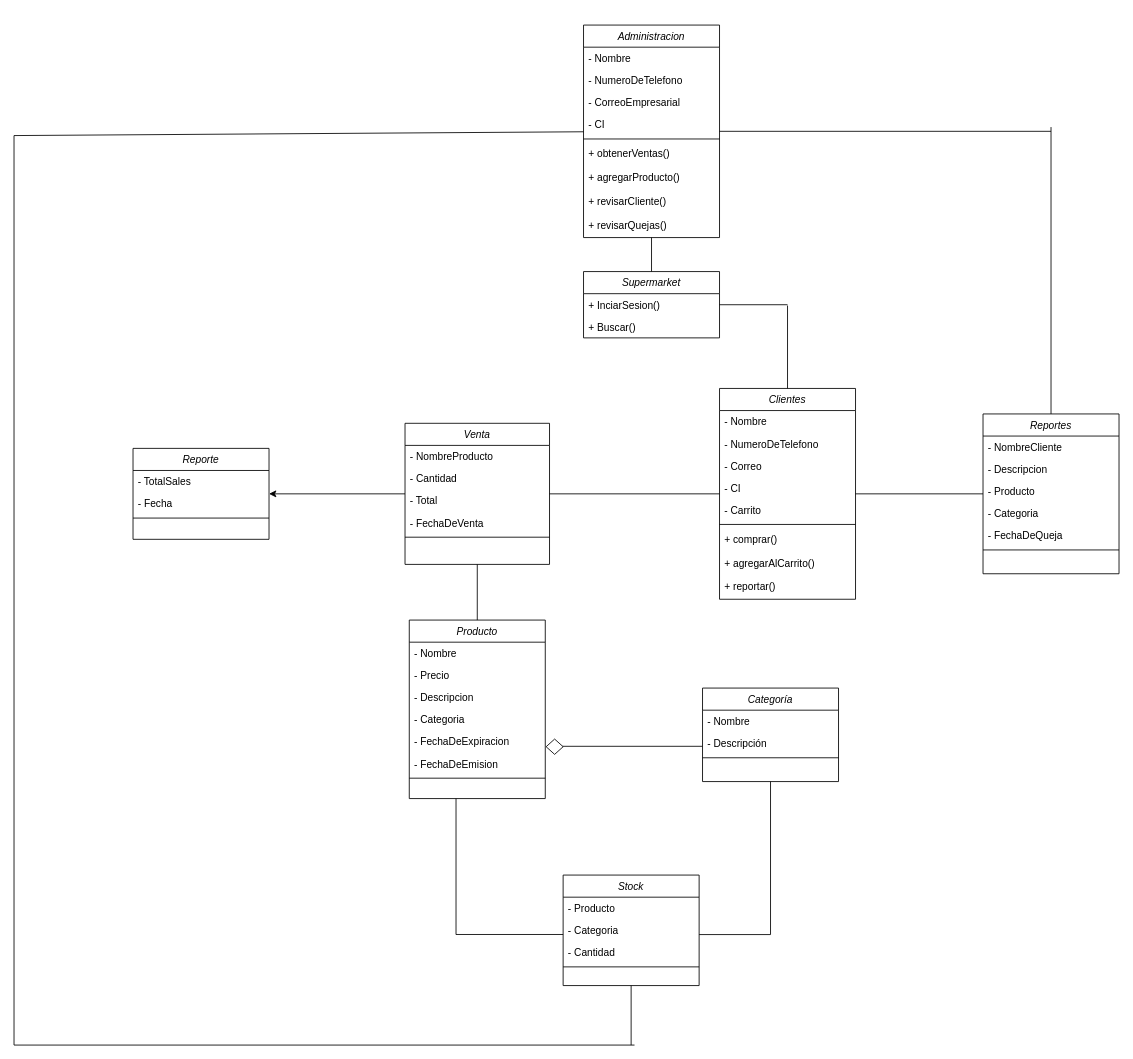
The draw.io diagram Diagrama sin título.drawio in JorgeMartinezSanchez/Progra_II, before the edit. Source tidied: cells renumbered, new cells numbered last; positions are measured from the earlier drawing's top-left corner, leaving out a move shared by most shapes. Both pictures are drawn from the tidied source at 85%, with x=0, y=0 at pixel (14, 25).
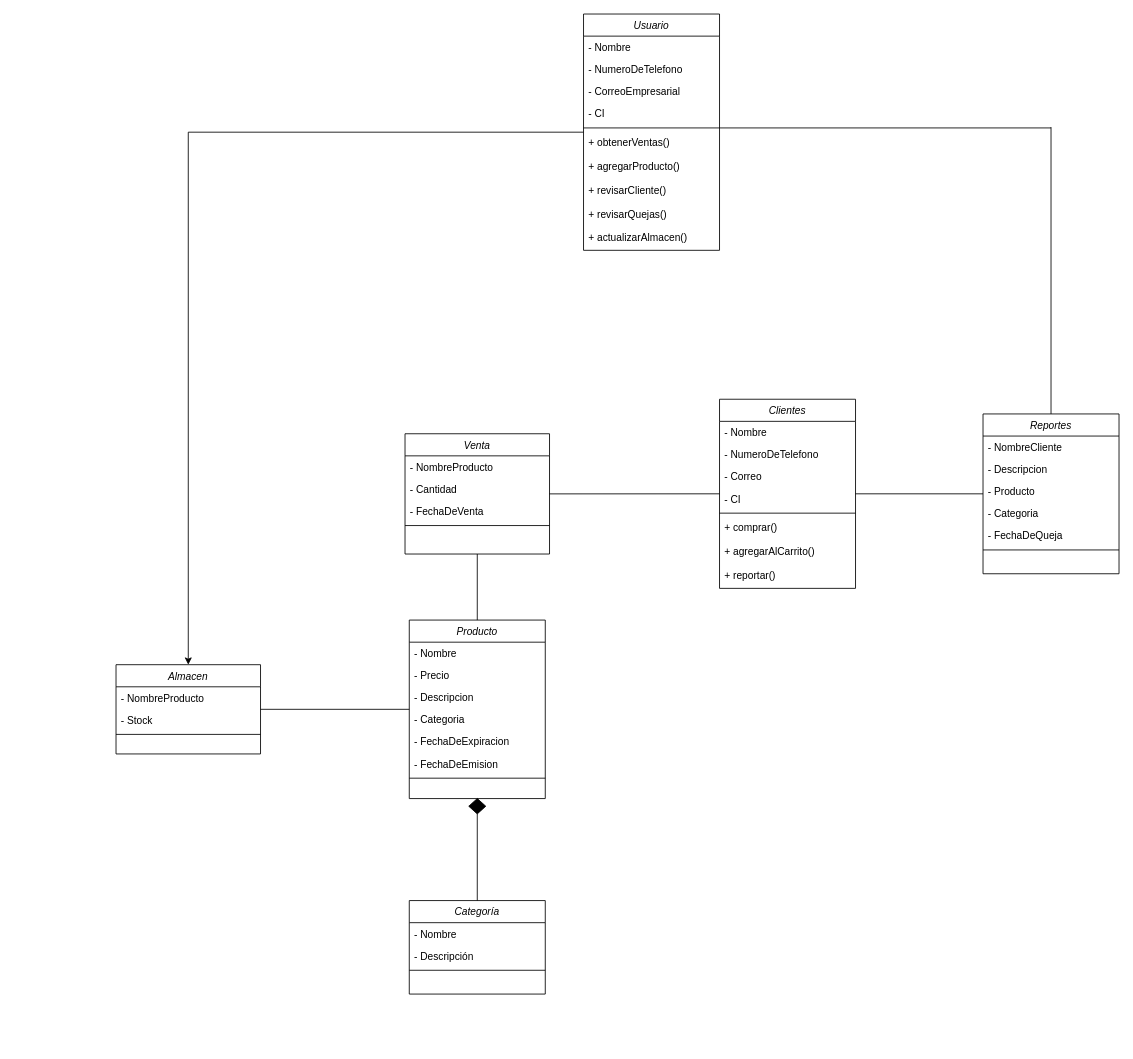
The same page after the edit.

The change refers to these unchanged cells:
```xml
<mxCell id="2" value="Producto" style="swimlane;fontStyle=2;align=center;verticalAlign=top;horizontal=1;startSize=26;rounded=0;shadow=0;strokeWidth=1;" parent="1" vertex="1">
  <mxGeometry x="465" y="700" width="160" height="210" as="geometry" />
</mxCell>
```

The edit, as a diff of the source:
```diff
@@
     <mxCell id="10" value="Categoría" style="swimlane;fontStyle=2;align=center;verticalAlign=top;horizontal=1;startSize=26;rounded=0;shadow=0;strokeWidth=1;" parent="1" vertex="1">
-      <mxGeometry x="810" y="780" width="160" height="110" as="geometry" />
+      <mxGeometry x="465" y="1030" width="160" height="110" as="geometry" />
     </mxCell>
@@
-    <mxCell id="14" value="Supermarket" style="swimlane;fontStyle=2;align=center;verticalAlign=top;horizontal=1;startSize=26;rounded=0;shadow=0;strokeWidth=1;" parent="1" vertex="1">
-      <mxGeometry x="670" y="290" width="160" height="78" as="geometry" />
-    </mxCell>
-    <mxCell id="15" value="+ InciarSesion()" style="text;align=left;verticalAlign=top;spacingLeft=4;spacingRight=4;overflow=hidden;" parent="14" vertex="1">
-      <mxGeometry y="26" width="160" height="26" as="geometry" />
-    </mxCell>
-    <mxCell id="16" value="+ Buscar()" style="text;align=left;verticalAlign=top;spacingLeft=4;spacingRight=4;overflow=hidden;" parent="14" vertex="1">
-      <mxGeometry y="52" width="160" height="26" as="geometry" />
-    </mxCell>
     <mxCell id="17" value="Clientes" style="swimlane;fontStyle=2;align=center;verticalAlign=top;horizontal=1;startSize=26;rounded=0;shadow=0;strokeWidth=1;" parent="1" vertex="1">
-      <mxGeometry x="830" y="427.5" width="160" height="248" as="geometry" />
+      <mxGeometry x="830" y="440.2" width="160" height="222.5" as="geometry" />
     </mxCell>
@@
-    <mxCell id="22" value="- Carrito" style="text;align=left;verticalAlign=top;spacingLeft=4;spacingRight=4;overflow=hidden;rounded=0;shadow=0;html=0;" parent="17" vertex="1">
-      <mxGeometry y="130" width="160" height="26" as="geometry" />
-    </mxCell>
     <mxCell id="23" style="line;html=1;strokeWidth=1;align=left;verticalAlign=middle;spacingTop=-1;spacingLeft=3;spacingRight=3;labelPosition=right;" parent="17" vertex="1">
-      <mxGeometry y="156" width="160" height="8" as="geometry" />
+      <mxGeometry y="130" width="160" height="8" as="geometry" />
     </mxCell>
     <mxCell id="24" value="+ comprar()" style="text;align=left;verticalAlign=top;spacingLeft=4;spacingRight=4;overflow=hidden;" parent="17" vertex="1">
-      <mxGeometry y="164" width="160" height="28" as="geometry" />
+      <mxGeometry y="138" width="160" height="28" as="geometry" />
     </mxCell>
     <mxCell id="25" value="+ agregarAlCarrito()" style="text;align=left;verticalAlign=top;spacingLeft=4;spacingRight=4;overflow=hidden;" parent="17" vertex="1">
-      <mxGeometry y="192" width="160" height="28" as="geometry" />
+      <mxGeometry y="166" width="160" height="28" as="geometry" />
     </mxCell>
     <mxCell id="26" value="+ reportar()" style="text;align=left;verticalAlign=top;spacingLeft=4;spacingRight=4;overflow=hidden;" parent="17" vertex="1">
-      <mxGeometry y="220" width="160" height="28" as="geometry" />
+      <mxGeometry y="194" width="160" height="28" as="geometry" />
     </mxCell>
-    <mxCell id="27" style="edgeStyle=orthogonalEdgeStyle;rounded=0;jettySize=auto;html=1;" parent="1" edge="1" source="28" target="34">
-      <mxGeometry relative="1" as="geometry" />
-    </mxCell>
     <mxCell id="28" value="Venta" style="swimlane;fontStyle=2;align=center;verticalAlign=top;horizontal=1;startSize=26;rounded=0;shadow=0;strokeWidth=1;" parent="1" vertex="1">
-      <mxGeometry x="460" y="468.5" width="170" height="166" as="geometry" />
+      <mxGeometry x="460" y="480.8" width="170" height="141.5" as="geometry" />
     </mxCell>
@@
-    <mxCell id="31" value="- Total" style="text;align=left;verticalAlign=top;spacingLeft=4;spacingRight=4;overflow=hidden;rounded=0;shadow=0;html=0;" parent="28" vertex="1">
-      <mxGeometry y="78" width="170" height="26" as="geometry" />
-    </mxCell>
     <mxCell id="32" value="- FechaDeVenta" style="text;align=left;verticalAlign=top;spacingLeft=4;spacingRight=4;overflow=hidden;rounded=0;shadow=0;html=0;" parent="28" vertex="1">
-      <mxGeometry y="104" width="170" height="26" as="geometry" />
+      <mxGeometry y="78" width="170" height="26" as="geometry" />
     </mxCell>
     <mxCell id="33" style="line;html=1;strokeWidth=1;align=left;verticalAlign=middle;spacingTop=-1;spacingLeft=3;spacingRight=3;labelPosition=right;" parent="28" vertex="1">
-      <mxGeometry y="130" width="170" height="8" as="geometry" />
+      <mxGeometry y="104" width="170" height="8" as="geometry" />
     </mxCell>
-    <mxCell id="34" value="Reporte" style="swimlane;fontStyle=2;align=center;verticalAlign=top;horizontal=1;startSize=26;rounded=0;shadow=0;strokeWidth=1;" parent="1" vertex="1">
-      <mxGeometry x="140" y="498" width="160" height="107" as="geometry" />
-    </mxCell>
-    <mxCell id="35" value="- TotalSales" style="text;align=left;verticalAlign=top;spacingLeft=4;spacingRight=4;overflow=hidden;" parent="34" vertex="1">
-      <mxGeometry y="26" width="160" height="26" as="geometry" />
-    </mxCell>
-    <mxCell id="36" value="- Fecha" style="text;align=left;verticalAlign=top;spacingLeft=4;spacingRight=4;overflow=hidden;rounded=0;shadow=0;html=0;" parent="34" vertex="1">
-      <mxGeometry y="52" width="160" height="26" as="geometry" />
-    </mxCell>
-    <mxCell id="37" style="line;html=1;strokeWidth=1;align=left;verticalAlign=middle;spacingTop=-1;spacingLeft=3;spacingRight=3;labelPosition=right;" parent="34" vertex="1">
-      <mxGeometry y="78" width="160" height="8" as="geometry" />
-    </mxCell>
@@
-    <mxCell id="39" style="endArrow=none;html=1;rounded=0;" parent="1" edge="1" source="14">
-      <mxGeometry relative="1" as="geometry">
-        <mxPoint x="910" y="329" as="targetPoint" />
-      </mxGeometry>
-    </mxCell>
-    <mxCell id="40" style="endArrow=none;html=1;rounded=0;" parent="1" edge="1" source="17">
-      <mxGeometry relative="1" as="geometry">
-        <mxPoint x="910" y="330" as="targetPoint" />
-      </mxGeometry>
-    </mxCell>
-    <mxCell id="41" style="endArrow=none;html=1;rounded=0;exitX=1;exitY=0.5;exitDx=0;exitDy=0;" parent="1" edge="1">
-      <mxGeometry relative="1" as="geometry">
-        <mxPoint x="645" y="848.5" as="sourcePoint" />
-        <mxPoint x="810" y="848.5" as="targetPoint" />
-      </mxGeometry>
+    <mxCell id="41" style="endArrow=none;html=1;rounded=0;exitX=0.5;exitY=1;exitDx=0;exitDy=0;" parent="1" edge="1" source="42" target="10">
+      <mxGeometry relative="1" as="geometry" />
     </mxCell>
-    <mxCell id="42" style="rhombus;whiteSpace=wrap;html=1;fillColor=light-dark(#ffffff, #ededed);" parent="1" vertex="1">
-      <mxGeometry x="626" y="840" width="20" height="18" as="geometry" />
+    <mxCell id="42" style="rhombus;whiteSpace=wrap;html=1;fillColor=light-dark(#000000,#EDEDED);" parent="1" vertex="1">
+      <mxGeometry x="535" y="910" width="20" height="18" as="geometry" />
     </mxCell>
@@
+    <mxCell id="78" style="edgeStyle=orthogonalEdgeStyle;rounded=0;jettySize=auto;html=1;" parent="1" edge="1" source="44" target="80">
+      <mxGeometry relative="1" as="geometry" />
+    </mxCell>
-    <mxCell id="44" value="Administracion" style="swimlane;fontStyle=2;align=center;verticalAlign=top;horizontal=1;startSize=26;rounded=0;shadow=0;strokeWidth=1;" parent="1" vertex="1">
-      <mxGeometry x="670" width="160" height="250" as="geometry" />
+    <mxCell id="44" value="Usuario" style="swimlane;fontStyle=2;align=center;verticalAlign=top;horizontal=1;startSize=26;rounded=0;shadow=0;strokeWidth=1;" parent="1" vertex="1">
+      <mxGeometry x="670" y="-13" width="160" height="278" as="geometry" />
     </mxCell>
@@
+    <mxCell id="79" value="+ revisarQuejas()" style="text;align=left;verticalAlign=top;spacingLeft=4;spacingRight=4;overflow=hidden;" parent="44" vertex="1">
+      <mxGeometry y="222" width="160" height="28" as="geometry" />
+    </mxCell>
-    <mxCell id="53" value="+ revisarQuejas()" style="text;align=left;verticalAlign=top;spacingLeft=4;spacingRight=4;overflow=hidden;" parent="44" vertex="1">
-      <mxGeometry y="222" width="160" height="28" as="geometry" />
+    <mxCell id="53" value="+ actualizarAlmacen()" style="text;align=left;verticalAlign=top;spacingLeft=4;spacingRight=4;overflow=hidden;" parent="44" vertex="1">
+      <mxGeometry y="250" width="160" height="28" as="geometry" />
     </mxCell>
-    <mxCell id="54" value="Stock" style="swimlane;fontStyle=2;align=center;verticalAlign=top;horizontal=1;startSize=26;rounded=0;shadow=0;strokeWidth=1;" parent="1" vertex="1">
-      <mxGeometry x="646" y="1000" width="160" height="130" as="geometry" />
-    </mxCell>
-    <mxCell id="55" value="- Producto" style="text;align=left;verticalAlign=top;spacingLeft=4;spacingRight=4;overflow=hidden;" parent="54" vertex="1">
-      <mxGeometry y="26" width="160" height="26" as="geometry" />
-    </mxCell>
-    <mxCell id="56" value="- Categoria" style="text;align=left;verticalAlign=top;spacingLeft=4;spacingRight=4;overflow=hidden;" parent="54" vertex="1">
-      <mxGeometry y="52" width="160" height="26" as="geometry" />
-    </mxCell>
-    <mxCell id="57" value="- Cantidad" style="text;align=left;verticalAlign=top;spacingLeft=4;spacingRight=4;overflow=hidden;rounded=0;shadow=0;html=0;" parent="54" vertex="1">
-      <mxGeometry y="78" width="160" height="26" as="geometry" />
-    </mxCell>
-    <mxCell id="58" style="line;html=1;strokeWidth=1;align=left;verticalAlign=middle;spacingTop=-1;spacingLeft=3;spacingRight=3;labelPosition=right;" parent="54" vertex="1">
-      <mxGeometry y="104" width="160" height="8" as="geometry" />
-    </mxCell>
-    <mxCell id="59" style="endArrow=none;html=1;rounded=0;" parent="1" edge="1">
-      <mxGeometry relative="1" as="geometry">
-        <mxPoint x="520" y="1069.9" as="sourcePoint" />
-        <mxPoint x="646" y="1069.9" as="targetPoint" />
-      </mxGeometry>
-    </mxCell>
-    <mxCell id="60" style="endArrow=none;html=1;rounded=0;" parent="1" edge="1">
-      <mxGeometry relative="1" as="geometry">
-        <mxPoint x="520" y="1070" as="sourcePoint" />
-        <mxPoint x="520" y="910" as="targetPoint" />
-      </mxGeometry>
-    </mxCell>
-    <mxCell id="61" style="endArrow=none;html=1;rounded=0;" parent="1" edge="1">
-      <mxGeometry relative="1" as="geometry">
-        <mxPoint x="806" y="1070" as="sourcePoint" />
-        <mxPoint x="890" y="1070" as="targetPoint" />
-      </mxGeometry>
-    </mxCell>
-    <mxCell id="62" style="endArrow=none;html=1;rounded=0;" parent="1" edge="1">
-      <mxGeometry relative="1" as="geometry">
-        <mxPoint x="890" y="1070" as="sourcePoint" />
-        <mxPoint x="890" y="890" as="targetPoint" />
-      </mxGeometry>
-    </mxCell>
@@
-    <mxCell id="72" style="endArrow=none;html=1;rounded=0;" parent="1" edge="1" source="44">
+    <mxCell id="72" style="endArrow=none;html=1;rounded=0;" parent="1" edge="1">
       <mxGeometry relative="1" as="geometry">
-        <mxPoint x="1220" y="125" as="targetPoint" />
+        <mxPoint x="830" y="121" as="sourcePoint" />
+        <mxPoint x="1220" y="121" as="targetPoint" />
       </mxGeometry>
     </mxCell>
-    <mxCell id="73" style="endArrow=none;html=1;rounded=0;" parent="1" edge="1" target="44">
-      <mxGeometry relative="1" as="geometry">
-        <mxPoint y="130" as="sourcePoint" />
-      </mxGeometry>
-    </mxCell>
-    <mxCell id="74" style="endArrow=none;html=1;rounded=0;" parent="1" edge="1">
-      <mxGeometry relative="1" as="geometry">
-        <mxPoint y="1200" as="sourcePoint" />
-        <mxPoint y="130" as="targetPoint" />
-      </mxGeometry>
-    </mxCell>
-    <mxCell id="75" style="endArrow=none;html=1;rounded=0;endSize=12;" parent="1" edge="1">
-      <mxGeometry relative="1" as="geometry">
-        <mxPoint y="1200" as="sourcePoint" />
-        <mxPoint x="730" y="1200" as="targetPoint" />
-      </mxGeometry>
-    </mxCell>
-    <mxCell id="76" style="endArrow=none;html=1;rounded=0;" parent="1" edge="1" target="54">
-      <mxGeometry relative="1" as="geometry">
-        <mxPoint x="726" y="1200" as="sourcePoint" />
-      </mxGeometry>
-    </mxCell>
-    <mxCell id="77" style="endArrow=none;html=1;rounded=0;" parent="1" edge="1" source="14" target="44">
-      <mxGeometry relative="1" as="geometry" />
-    </mxCell>
+    <mxCell id="80" value="Almacen" style="swimlane;fontStyle=2;align=center;verticalAlign=top;horizontal=1;startSize=26;rounded=0;shadow=0;strokeWidth=1;" parent="1" vertex="1">
+      <mxGeometry x="120" y="752.5" width="170" height="105" as="geometry" />
+    </mxCell>
+    <mxCell id="81" value="- NombreProducto" style="text;align=left;verticalAlign=top;spacingLeft=4;spacingRight=4;overflow=hidden;" parent="80" vertex="1">
+      <mxGeometry y="26" width="170" height="26" as="geometry" />
+    </mxCell>
+    <mxCell id="82" value="- Stock" style="text;align=left;verticalAlign=top;spacingLeft=4;spacingRight=4;overflow=hidden;rounded=0;shadow=0;html=0;" parent="80" vertex="1">
+      <mxGeometry y="52" width="170" height="26" as="geometry" />
+    </mxCell>
+    <mxCell id="83" style="line;html=1;strokeWidth=1;align=left;verticalAlign=middle;spacingTop=-1;spacingLeft=3;spacingRight=3;labelPosition=right;" parent="80" vertex="1">
+      <mxGeometry y="78" width="170" height="8" as="geometry" />
+    </mxCell>
+    <mxCell id="84" style="endArrow=none;html=1;rounded=0;" parent="1" edge="1" source="80" target="2">
+      <mxGeometry relative="1" as="geometry" />
+    </mxCell>
```
